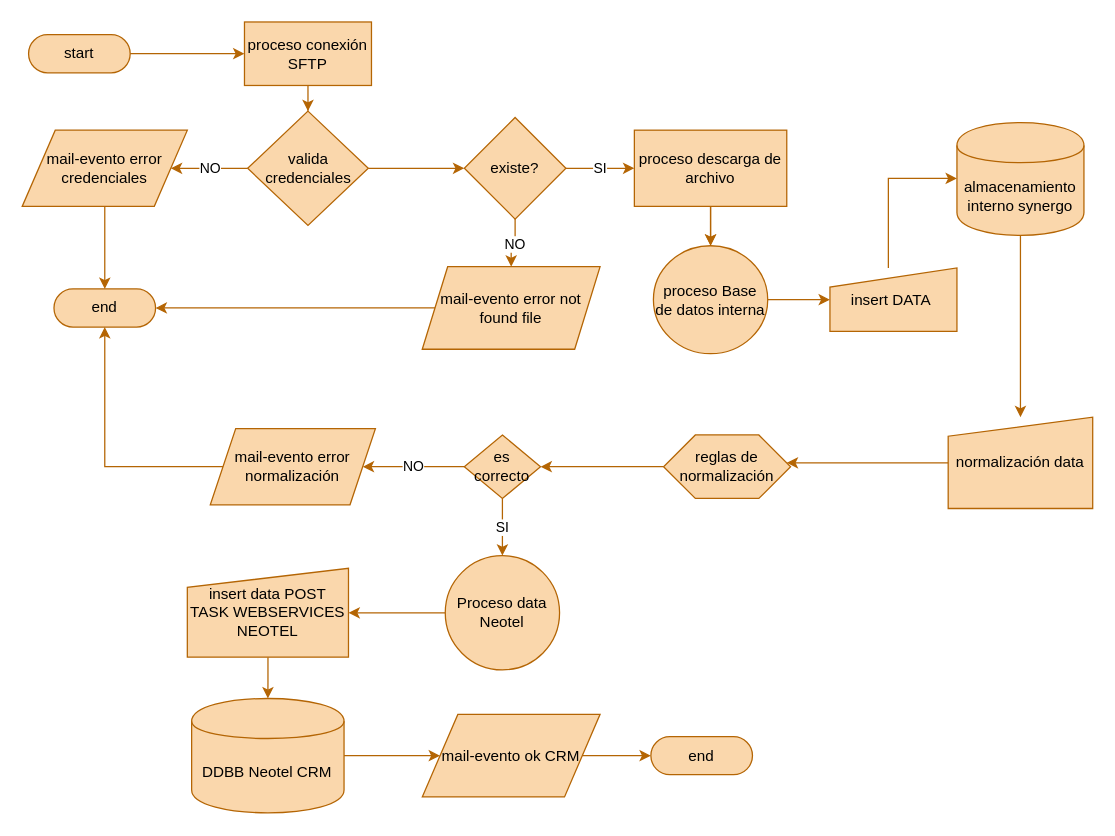
Above: Diagrama sin título.drawio in RafaelAlejandro1989/RafaelAlejandro1989 (draw.io), before the change. Source tidied: cells renumbered, new cells numbered last; positions are measured from the earlier drawing's top-left corner, leaving out a move shared by most shapes. Both pictures are drawn from the tidied source at 127%, with x=0, y=0 at pixel (22, 22).
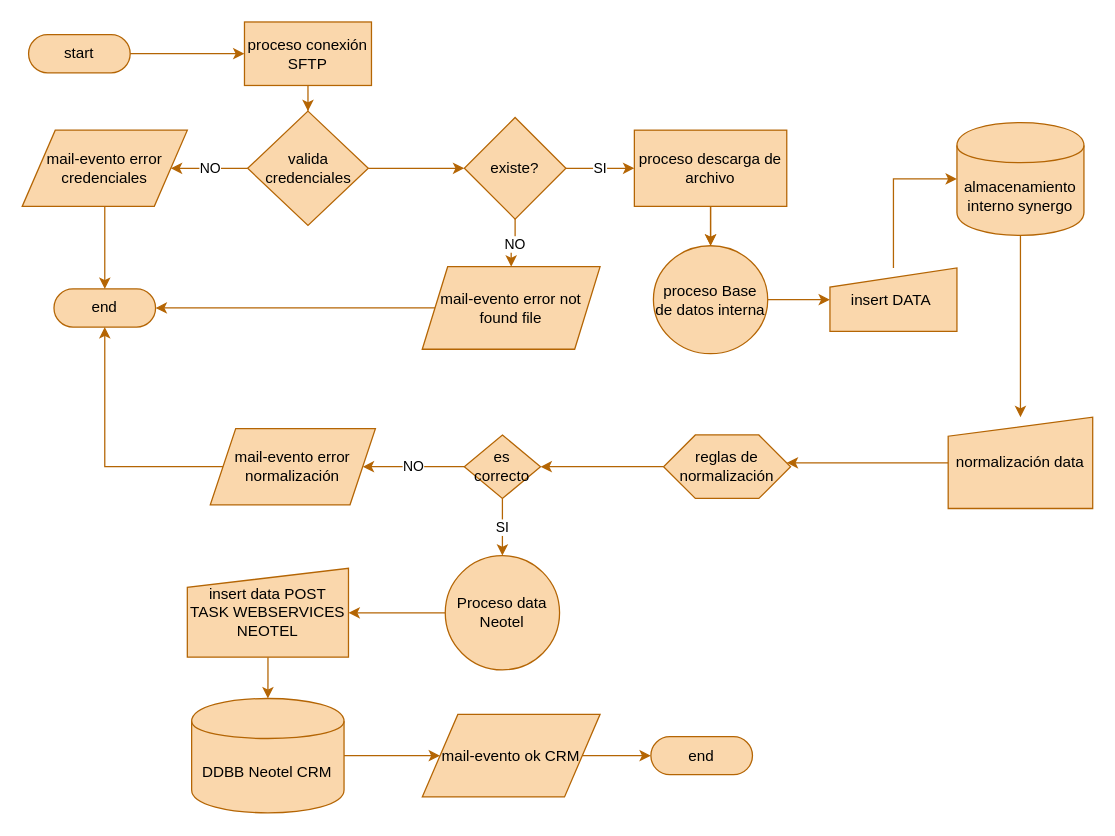
The same page after the edit.

The change refers to these unchanged cells:
```xml
<mxCell id="31" value="almacenamiento interno synergo" style="shape=cylinder;whiteSpace=wrap;html=1;boundedLbl=1;backgroundOutline=1;fillColor=#fad7ac;strokeColor=#b46504;shadow=0;rounded=0;" parent="1" vertex="1">
  <mxGeometry x="736" y="79" width="100" height="88.8" as="geometry" />
</mxCell>
<mxCell id="43" value="insert DATA&amp;nbsp;" style="shape=manualInput;whiteSpace=wrap;html=1;dashed=0;size=15;fillColor=#fad7ac;strokeColor=#b46504;" parent="1" vertex="1">
  <mxGeometry x="636" y="193.5" width="100" height="50" as="geometry" />
</mxCell>
```

Diff of the diagram source:
```diff
@@
-    <mxCell id="42" style="edgeStyle=orthogonalEdgeStyle;rounded=0;jettySize=auto;html=1;fillColor=#fad7ac;strokeColor=#b46504;" parent="1" edge="1" source="43" target="31">
-      <mxGeometry relative="1" as="geometry">
-        <Array as="points">
-          <mxPoint x="682" y="123" />
-        </Array>
-      </mxGeometry>
+    <mxCell id="42" style="edgeStyle=orthogonalEdgeStyle;rounded=0;jettySize=auto;html=1;entryX=0;entryY=0.5;entryDx=0;entryDy=0;fillColor=#fad7ac;strokeColor=#b46504;" parent="1" edge="1" source="43" target="31">
+      <mxGeometry relative="1" as="geometry" />
     </mxCell>
```
